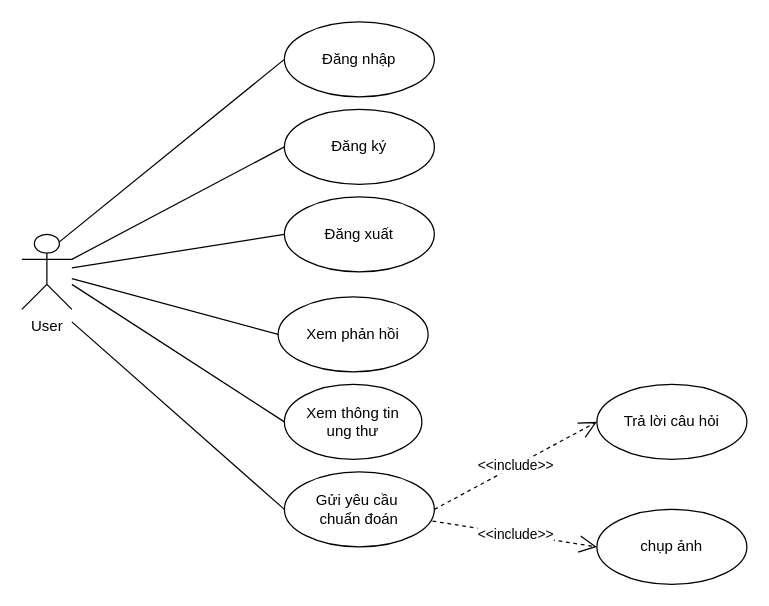
This is Untitled Diagram.drawio from philong97/diagram, a draw.io file, before an edit. Source tidied: cells renumbered, new cells numbered last; positions are measured from the earlier drawing's top-left corner, leaving out a move shared by most shapes. Both pictures are drawn from the tidied source at 125%, with x=0, y=0 at pixel (21, 21).
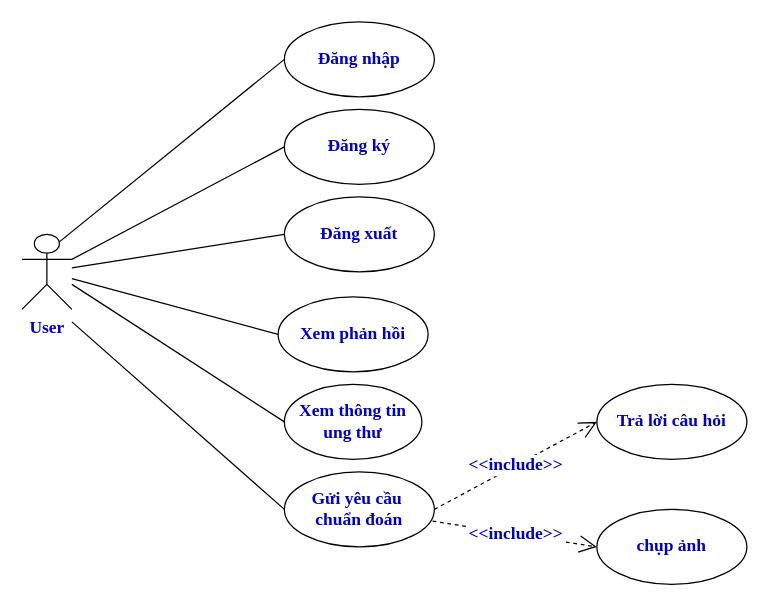
After the change.

The edit, as a diff of the source:
```diff
@@
-    <mxCell id="2" value="User" style="shape=umlActor;verticalLabelPosition=bottom;verticalAlign=top;html=1;outlineConnect=0;" parent="1" vertex="1">
+    <mxCell id="2" value="User" style="shape=umlActor;verticalLabelPosition=bottom;verticalAlign=top;html=1;outlineConnect=0;fontFamily=Times New Roman;fontColor=#0000CC;fontStyle=1;fontSize=14;" parent="1" vertex="1">
       <mxGeometry y="170" width="40" height="60" as="geometry" />
     </mxCell>
-    <mxCell id="3" value="Đăng nhập" style="ellipse;whiteSpace=wrap;html=1;" parent="1" vertex="1">
+    <mxCell id="3" value="Đăng nhập" style="ellipse;whiteSpace=wrap;html=1;fontFamily=Times New Roman;fontColor=#0000CC;fontStyle=1;fontSize=14;" parent="1" vertex="1">
       <mxGeometry x="210" width="120" height="60" as="geometry" />
     </mxCell>
-    <mxCell id="4" value="Đăng ký" style="ellipse;whiteSpace=wrap;html=1;" parent="1" vertex="1">
+    <mxCell id="4" value="Đăng ký" style="ellipse;whiteSpace=wrap;html=1;fontFamily=Times New Roman;fontColor=#0000CC;fontStyle=1;fontSize=14;" parent="1" vertex="1">
       <mxGeometry x="210" y="70" width="120" height="60" as="geometry" />
     </mxCell>
-    <mxCell id="5" value="Đăng xuất" style="ellipse;whiteSpace=wrap;html=1;" parent="1" vertex="1">
+    <mxCell id="5" value="Đăng xuất" style="ellipse;whiteSpace=wrap;html=1;fontFamily=Times New Roman;fontColor=#0000CC;fontStyle=1;fontSize=14;" parent="1" vertex="1">
       <mxGeometry x="210" y="140" width="120" height="60" as="geometry" />
     </mxCell>
-    <mxCell id="6" value="Xem phản hồi" style="ellipse;whiteSpace=wrap;html=1;" parent="1" vertex="1">
+    <mxCell id="6" value="Xem phản hồi" style="ellipse;whiteSpace=wrap;html=1;fontFamily=Times New Roman;fontColor=#0000CC;fontStyle=1;fontSize=14;" parent="1" vertex="1">
       <mxGeometry x="205" y="220" width="120" height="60" as="geometry" />
     </mxCell>
-    <mxCell id="7" value="Xem thông tin&lt;br&gt;ung thư" style="ellipse;whiteSpace=wrap;html=1;" parent="1" vertex="1">
+    <mxCell id="7" value="Xem thông tin&lt;br style=&quot;font-size: 14px;&quot;&gt;ung thư" style="ellipse;whiteSpace=wrap;html=1;fontFamily=Times New Roman;fontColor=#0000CC;fontStyle=1;fontSize=14;" parent="1" vertex="1">
       <mxGeometry x="210" y="290" width="110" height="60" as="geometry" />
     </mxCell>
-    <mxCell id="8" value="Gửi yêu cầu&amp;nbsp;&lt;br&gt;chuẩn đoán" style="ellipse;whiteSpace=wrap;html=1;" parent="1" vertex="1">
+    <mxCell id="8" value="Gửi yêu cầu&amp;nbsp;&lt;br style=&quot;font-size: 14px;&quot;&gt;chuẩn đoán" style="ellipse;whiteSpace=wrap;html=1;fontFamily=Times New Roman;fontColor=#0000CC;fontStyle=1;fontSize=14;" parent="1" vertex="1">
       <mxGeometry x="210" y="360" width="120" height="60" as="geometry" />
     </mxCell>
-    <mxCell id="9" value="Trả lời câu hỏi" style="ellipse;whiteSpace=wrap;html=1;" parent="1" vertex="1">
+    <mxCell id="9" value="Trả lời câu hỏi" style="ellipse;whiteSpace=wrap;html=1;fontFamily=Times New Roman;fontColor=#0000CC;fontStyle=1;fontSize=14;" parent="1" vertex="1">
       <mxGeometry x="460" y="290" width="120" height="60" as="geometry" />
     </mxCell>
-    <mxCell id="10" value="chụp ảnh" style="ellipse;whiteSpace=wrap;html=1;" parent="1" vertex="1">
+    <mxCell id="10" value="chụp ảnh" style="ellipse;whiteSpace=wrap;html=1;fontFamily=Times New Roman;fontColor=#0000CC;fontStyle=1;fontSize=14;" parent="1" vertex="1">
       <mxGeometry x="460" y="390" width="120" height="60" as="geometry" />
     </mxCell>
-    <mxCell id="11" style="endArrow=none;html=1;entryX=0;entryY=0.5;entryDx=0;entryDy=0;exitX=0.75;exitY=0.1;exitDx=0;exitDy=0;exitPerimeter=0;" parent="1" edge="1" source="2" target="3">
+    <mxCell id="11" style="endArrow=none;html=1;entryX=0;entryY=0.5;entryDx=0;entryDy=0;exitX=0.75;exitY=0.1;exitDx=0;exitDy=0;exitPerimeter=0;fontFamily=Times New Roman;fontColor=#0000CC;fontStyle=1;fontSize=14;" parent="1" edge="1" source="2" target="3">
       <mxGeometry relative="1" as="geometry" />
     </mxCell>
-    <mxCell id="12" style="endArrow=none;html=1;exitX=1;exitY=0.3333333333333333;exitDx=0;exitDy=0;exitPerimeter=0;entryX=0;entryY=0.5;entryDx=0;entryDy=0;" parent="1" edge="1" source="2" target="4">
+    <mxCell id="12" style="endArrow=none;html=1;exitX=1;exitY=0.3333333333333333;exitDx=0;exitDy=0;exitPerimeter=0;entryX=0;entryY=0.5;entryDx=0;entryDy=0;fontFamily=Times New Roman;fontColor=#0000CC;fontStyle=1;fontSize=14;" parent="1" edge="1" source="2" target="4">
       <mxGeometry relative="1" as="geometry" />
     </mxCell>
-    <mxCell id="13" style="endArrow=none;html=1;entryX=0;entryY=0.5;entryDx=0;entryDy=0;" parent="1" edge="1" source="2" target="5">
+    <mxCell id="13" style="endArrow=none;html=1;entryX=0;entryY=0.5;entryDx=0;entryDy=0;fontFamily=Times New Roman;fontColor=#0000CC;fontStyle=1;fontSize=14;" parent="1" edge="1" source="2" target="5">
       <mxGeometry relative="1" as="geometry" />
     </mxCell>
-    <mxCell id="14" style="endArrow=none;html=1;entryX=0;entryY=0.5;entryDx=0;entryDy=0;" parent="1" edge="1" source="2" target="6">
+    <mxCell id="14" style="endArrow=none;html=1;entryX=0;entryY=0.5;entryDx=0;entryDy=0;fontFamily=Times New Roman;fontColor=#0000CC;fontStyle=1;fontSize=14;" parent="1" edge="1" source="2" target="6">
       <mxGeometry relative="1" as="geometry" />
     </mxCell>
-    <mxCell id="15" style="endArrow=none;html=1;entryX=0;entryY=0.5;entryDx=0;entryDy=0;" parent="1" edge="1" target="7">
+    <mxCell id="15" style="endArrow=none;html=1;entryX=0;entryY=0.5;entryDx=0;entryDy=0;fontFamily=Times New Roman;fontColor=#0000CC;fontStyle=1;fontSize=14;" parent="1" edge="1" target="7">
       <mxGeometry relative="1" as="geometry">
         <mxPoint x="40" y="210" as="sourcePoint" />
       </mxGeometry>
     </mxCell>
-    <mxCell id="16" style="endArrow=none;html=1;entryX=0;entryY=0.5;entryDx=0;entryDy=0;" parent="1" edge="1" target="8">
+    <mxCell id="16" style="endArrow=none;html=1;entryX=0;entryY=0.5;entryDx=0;entryDy=0;fontFamily=Times New Roman;fontColor=#0000CC;fontStyle=1;fontSize=14;" parent="1" edge="1" target="8">
       <mxGeometry relative="1" as="geometry">
         <mxPoint x="40" y="240" as="sourcePoint" />
       </mxGeometry>
     </mxCell>
-    <mxCell id="17" value="&amp;lt;&amp;lt;include&amp;gt;&amp;gt;" style="endArrow=open;endSize=12;dashed=1;html=1;exitX=1;exitY=0.5;exitDx=0;exitDy=0;entryX=0;entryY=0.5;entryDx=0;entryDy=0;" parent="1" edge="1" source="8" target="9">
+    <mxCell id="17" value="&amp;lt;&amp;lt;include&amp;gt;&amp;gt;" style="endArrow=open;endSize=12;dashed=1;html=1;exitX=1;exitY=0.5;exitDx=0;exitDy=0;entryX=0;entryY=0.5;entryDx=0;entryDy=0;fontFamily=Times New Roman;fontColor=#0000CC;fontStyle=1;fontSize=14;" parent="1" edge="1" source="8" target="9">
       <mxGeometry relative="1" as="geometry" />
     </mxCell>
-    <mxCell id="18" value="&amp;lt;&amp;lt;include&amp;gt;&amp;gt;" style="endArrow=open;endSize=12;dashed=1;html=1;exitX=0.988;exitY=0.657;exitDx=0;exitDy=0;entryX=0;entryY=0.5;entryDx=0;entryDy=0;exitPerimeter=0;" parent="1" edge="1" source="8" target="10">
+    <mxCell id="18" value="&amp;lt;&amp;lt;include&amp;gt;&amp;gt;" style="endArrow=open;endSize=12;dashed=1;html=1;exitX=0.988;exitY=0.657;exitDx=0;exitDy=0;entryX=0;entryY=0.5;entryDx=0;entryDy=0;exitPerimeter=0;fontFamily=Times New Roman;fontColor=#0000CC;fontStyle=1;fontSize=14;" parent="1" edge="1" source="8" target="10">
       <mxGeometry relative="1" as="geometry" />
     </mxCell>
```
